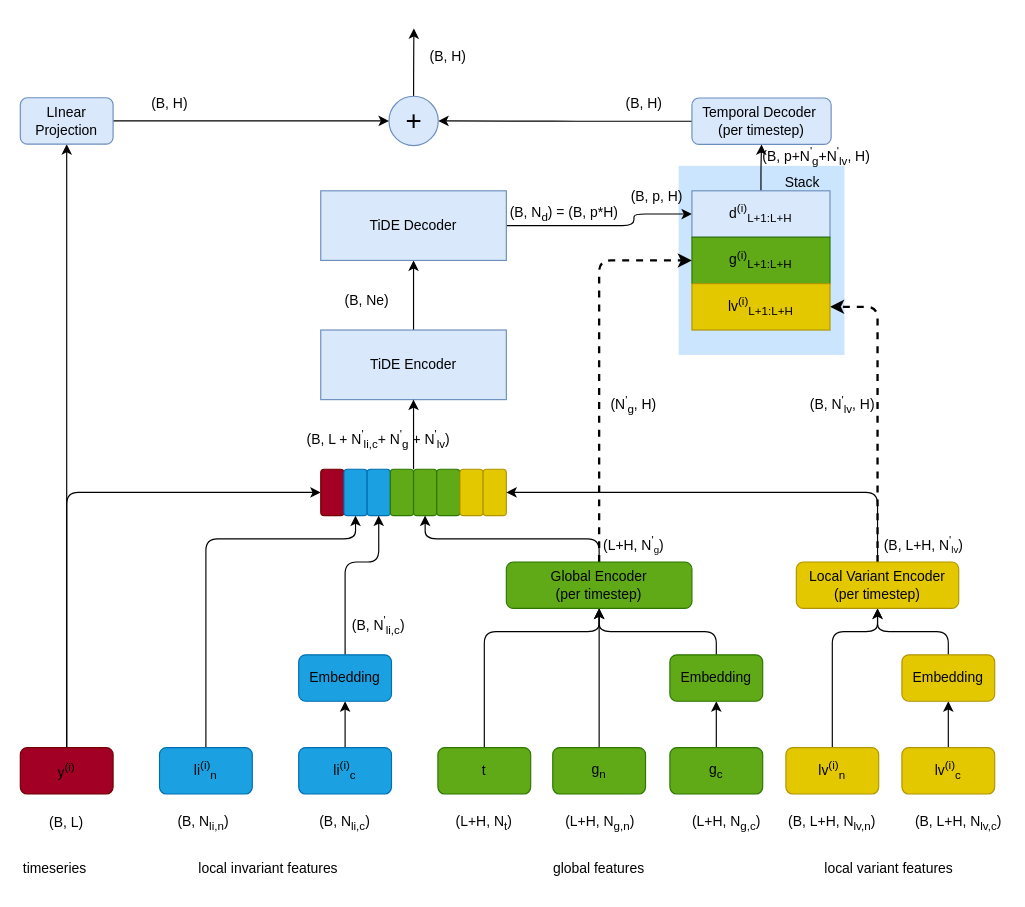
Earlier version of the draw.io diagram resources/figs/tide.drawio (YangyangFu/transformer-time-series). Source tidied: cells renumbered, new cells numbered last; positions are measured from the earlier drawing's top-left corner, leaving out a move shared by most shapes. Both pictures are drawn from the tidied source at 116%, with x=0, y=0 at pixel (20, 28).
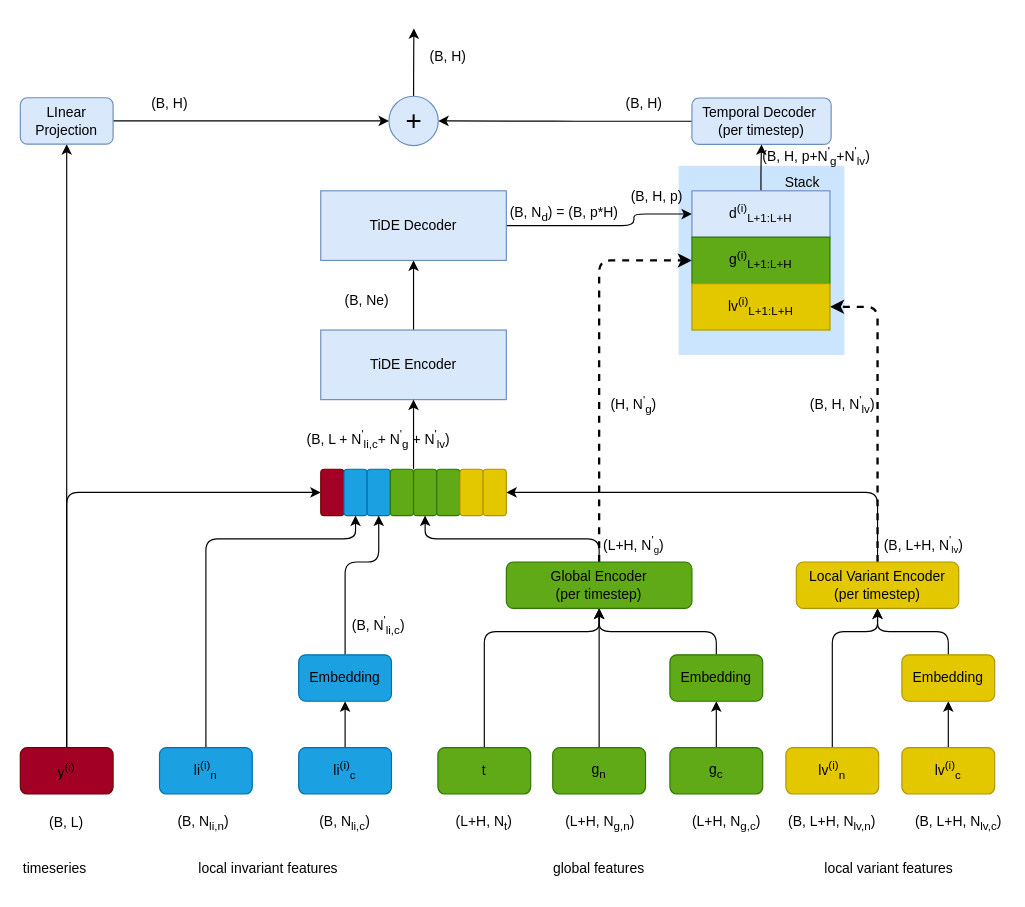
The same page after the edit.

Commit message (it also covers changes not shown here):
fix wrong shape illustration of tide mdoel

The edit, as a diff of the source:
```diff
@@
-    <mxCell id="75" value="(N&lt;sup&gt;'&lt;/sup&gt;&lt;sub&gt;g&lt;/sub&gt;, H)" style="text;html=1;strokeColor=none;fillColor=none;align=center;verticalAlign=middle;whiteSpace=wrap;rounded=0;fontColor=#030303;" parent="1" vertex="1">
+    <mxCell id="75" value="(H, N&lt;sup&gt;'&lt;/sup&gt;&lt;sub&gt;g&lt;/sub&gt;)" style="text;html=1;strokeColor=none;fillColor=none;align=center;verticalAlign=middle;whiteSpace=wrap;rounded=0;fontColor=#030303;" parent="1" vertex="1">
       <mxGeometry x="489" y="310" width="80" height="30" as="geometry" />
     </mxCell>
-    <mxCell id="76" value="(B, N&lt;sup&gt;'&lt;/sup&gt;&lt;sub&gt;lv&lt;/sub&gt;, H)" style="text;html=1;strokeColor=none;fillColor=none;align=center;verticalAlign=middle;whiteSpace=wrap;rounded=0;fontColor=#030303;" parent="1" vertex="1">
+    <mxCell id="76" value="(B, H, N&lt;sup&gt;'&lt;/sup&gt;&lt;sub&gt;lv&lt;/sub&gt;)" style="text;html=1;strokeColor=none;fillColor=none;align=center;verticalAlign=middle;whiteSpace=wrap;rounded=0;fontColor=#030303;" parent="1" vertex="1">
       <mxGeometry x="669" y="310" width="80" height="30" as="geometry" />
     </mxCell>
@@
-    <mxCell id="79" value="(B, p, H)" style="text;html=1;strokeColor=none;fillColor=none;align=center;verticalAlign=middle;whiteSpace=wrap;rounded=0;fontColor=#030303;" parent="1" vertex="1">
+    <mxCell id="79" value="(B, H, p)" style="text;html=1;strokeColor=none;fillColor=none;align=center;verticalAlign=middle;whiteSpace=wrap;rounded=0;fontColor=#030303;" parent="1" vertex="1">
       <mxGeometry x="509" y="130" width="80" height="30" as="geometry" />
     </mxCell>
@@
-    <mxCell id="81" value="(B, p+N&lt;sup&gt;'&lt;/sup&gt;&lt;sub&gt;g&lt;/sub&gt;+N&lt;sup&gt;'&lt;/sup&gt;&lt;sub&gt;lv&lt;/sub&gt;, H)" style="text;html=1;strokeColor=none;fillColor=none;align=center;verticalAlign=middle;whiteSpace=wrap;rounded=0;fontColor=#030303;" parent="1" vertex="1">
+    <mxCell id="81" value="(B, H, p+N&lt;sup&gt;'&lt;/sup&gt;&lt;sub&gt;g&lt;/sub&gt;+N&lt;sup&gt;'&lt;/sup&gt;&lt;sub&gt;lv&lt;/sub&gt;)" style="text;html=1;strokeColor=none;fillColor=none;align=center;verticalAlign=middle;whiteSpace=wrap;rounded=0;fontColor=#030303;" parent="1" vertex="1">
       <mxGeometry x="633.5" y="95.8" width="104.5" height="30" as="geometry" />
     </mxCell>
```
